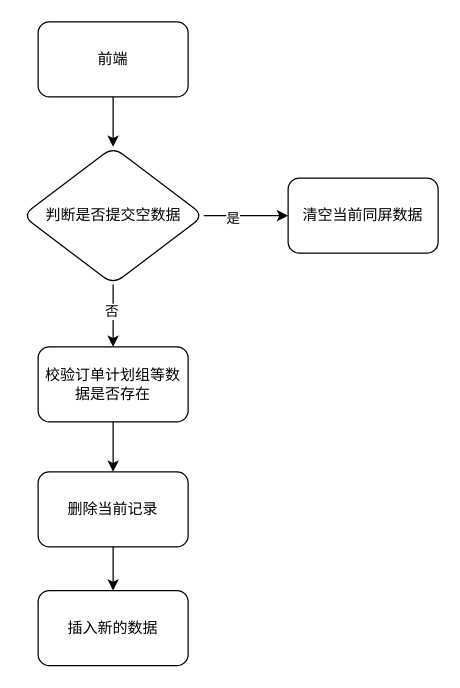
Above: tongping.drawio in huankong/processon (draw.io), before the change. Source tidied: cells renumbered, new cells numbered last; positions are measured from the earlier drawing's top-left corner, leaving out a move shared by most shapes. Both pictures are drawn from the tidied source at 125%, with x=0, y=0 at pixel (22, 21).
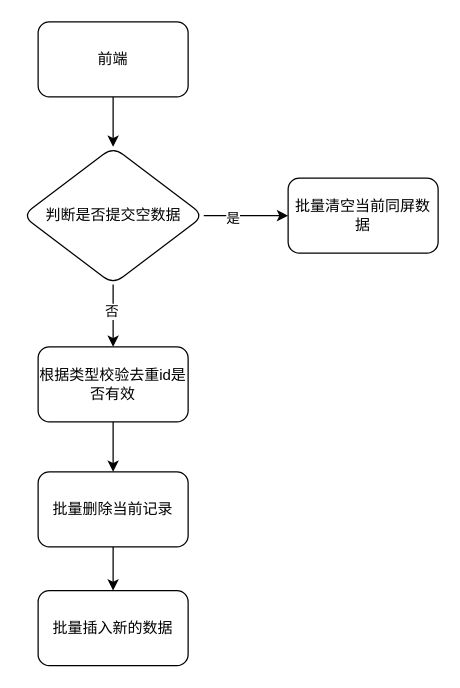
The same page after the edit.

Change to the diagram source:
```diff
@@
 <mxGraphModel>
   <root>
     <mxCell id="0" />
     <mxCell id="1" parent="0" />
     <mxCell id="2" style="edgeStyle=orthogonalEdgeStyle;rounded=0;jettySize=auto;html=1;" parent="1" edge="1" source="3" target="8">
       <mxGeometry relative="1" as="geometry" />
     </mxCell>
     <mxCell id="3" value="前端" style="rounded=1;whiteSpace=wrap;html=1;" parent="1" vertex="1">
       <mxGeometry x="12" width="120" height="60" as="geometry" />
     </mxCell>
     <mxCell id="4" style="edgeStyle=orthogonalEdgeStyle;rounded=0;jettySize=auto;html=1;" parent="1" edge="1" source="8" target="9">
       <mxGeometry relative="1" as="geometry" />
     </mxCell>
     <mxCell id="5" value="是" style="edgeLabel;html=1;align=center;verticalAlign=middle;" parent="4" vertex="1">
       <mxGeometry x="-0.32" y="-1" relative="1" as="geometry" />
     </mxCell>
     <mxCell id="6" style="edgeStyle=orthogonalEdgeStyle;rounded=0;jettySize=auto;html=1;" parent="1" edge="1" source="8" target="11">
       <mxGeometry relative="1" as="geometry" />
     </mxCell>
     <mxCell id="7" value="否" style="edgeLabel;html=1;align=center;verticalAlign=middle;" parent="6" vertex="1">
       <mxGeometry x="-0.18" y="-2" relative="1" as="geometry" />
     </mxCell>
     <mxCell id="8" value="判断是否提交空数据" style="rhombus;whiteSpace=wrap;html=1;rounded=1;" parent="1" vertex="1">
       <mxGeometry x="-0.5" y="100" width="145" height="110" as="geometry" />
     </mxCell>
-    <mxCell id="9" value="清空当前同屏数据" style="whiteSpace=wrap;html=1;rounded=1;" parent="1" vertex="1">
+    <mxCell id="9" value="批量清空当前同屏数据" style="whiteSpace=wrap;html=1;rounded=1;" parent="1" vertex="1">
       <mxGeometry x="212" y="125" width="120" height="60" as="geometry" />
     </mxCell>
     <mxCell id="10" style="edgeStyle=orthogonalEdgeStyle;rounded=0;jettySize=auto;html=1;" parent="1" edge="1" source="11" target="13">
       <mxGeometry relative="1" as="geometry" />
     </mxCell>
-    <mxCell id="11" value="校验订单计划组等数据是否存在" style="whiteSpace=wrap;html=1;rounded=1;" parent="1" vertex="1">
+    <mxCell id="11" value="根据类型校验去重id是否有效" style="whiteSpace=wrap;html=1;rounded=1;" parent="1" vertex="1">
       <mxGeometry x="12" y="260" width="120" height="60" as="geometry" />
     </mxCell>
     <mxCell id="12" style="edgeStyle=orthogonalEdgeStyle;rounded=0;jettySize=auto;html=1;" parent="1" edge="1" source="13" target="14">
       <mxGeometry relative="1" as="geometry" />
     </mxCell>
-    <mxCell id="13" value="删除当前记录" style="whiteSpace=wrap;html=1;rounded=1;" parent="1" vertex="1">
+    <mxCell id="13" value="批量删除当前记录" style="whiteSpace=wrap;html=1;rounded=1;" parent="1" vertex="1">
       <mxGeometry x="12" y="360" width="120" height="60" as="geometry" />
     </mxCell>
-    <mxCell id="14" value="插入新的数据" style="whiteSpace=wrap;html=1;rounded=1;" parent="1" vertex="1">
+    <mxCell id="14" value="批量插入新的数据" style="whiteSpace=wrap;html=1;rounded=1;" parent="1" vertex="1">
       <mxGeometry x="12" y="455" width="120" height="60" as="geometry" />
     </mxCell>
   </root>
 </mxGraphModel>
```
